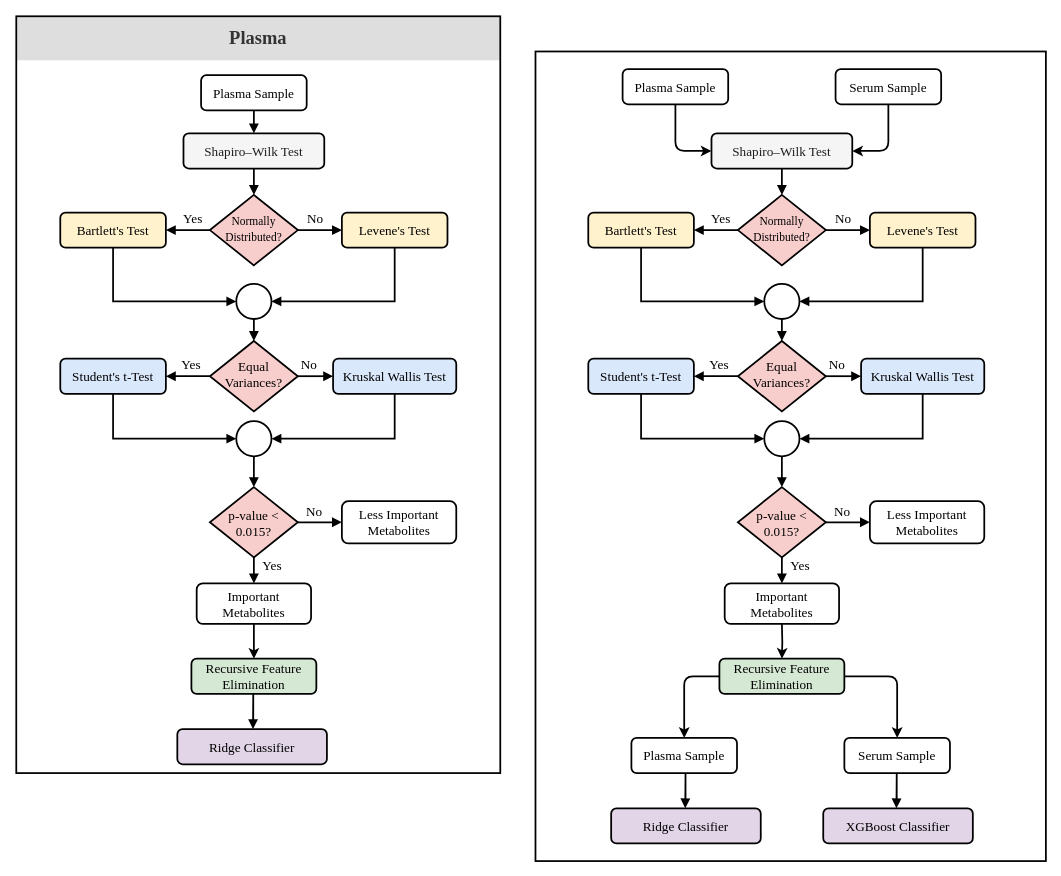
This is visualizations/diagram/new-flow-chart.drawio from utshabkg/lung_cancer_biomarker, a draw.io file, before an edit. Source tidied: cells renumbered, new cells numbered last; positions are measured from the earlier drawing's top-left corner, leaving out a move shared by most shapes. Both pictures are drawn from the tidied source at 88%, with x=0, y=0 at pixel (16, 16).
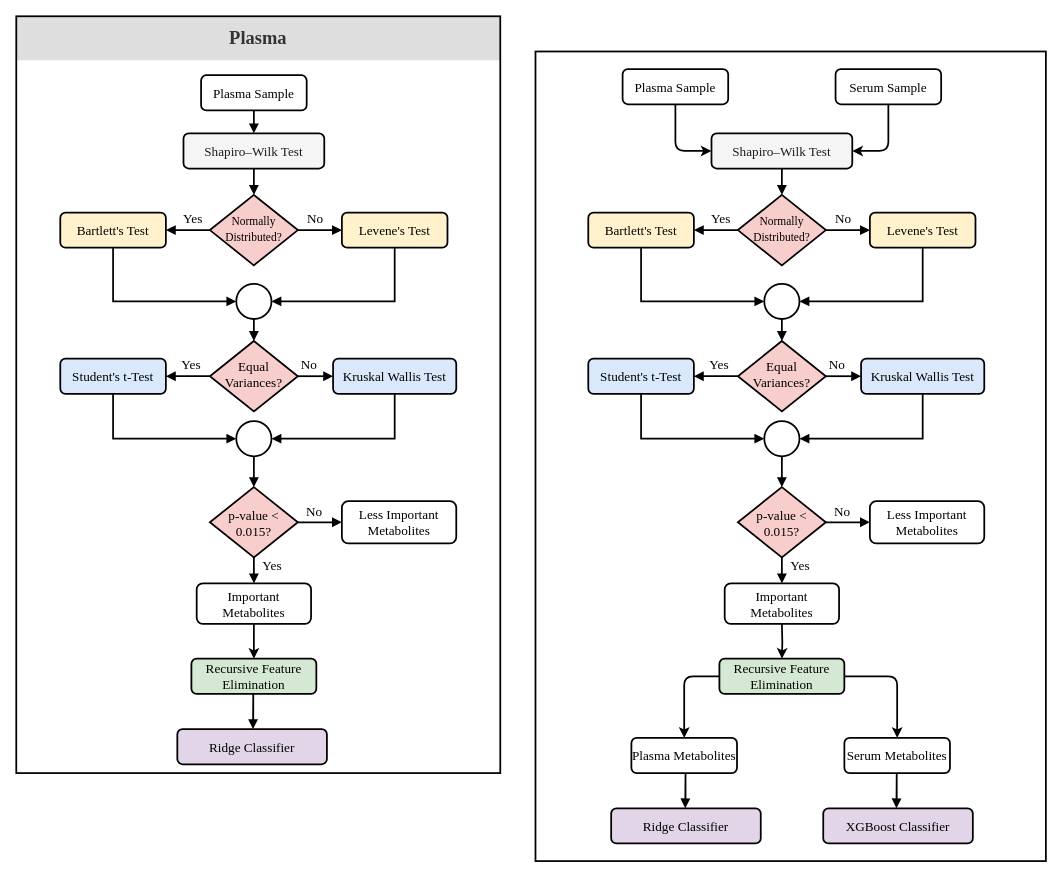
Above is the later version.

The edit, as a diff of the source:
```diff
@@
-    <mxCell id="78" value="&lt;span style=&quot;font-size: 15px&quot;&gt;&lt;font style=&quot;font-size: 15px&quot;&gt;Serum Sample&lt;/font&gt;&lt;/span&gt;" style="rounded=1;whiteSpace=wrap;html=1;fontSize=15;glass=0;strokeWidth=2;shadow=0;fontStyle=0;fontFamily=Times New Roman;" parent="1" vertex="1">
+    <mxCell id="78" value="&lt;span style=&quot;font-size: 15px&quot;&gt;&lt;font style=&quot;font-size: 15px&quot;&gt;Serum Metabolites&lt;/font&gt;&lt;/span&gt;" style="rounded=1;whiteSpace=wrap;html=1;fontSize=15;glass=0;strokeWidth=2;shadow=0;fontStyle=0;fontFamily=Times New Roman;" parent="1" vertex="1">
       <mxGeometry x="941" y="820" width="120" height="40" as="geometry" />
     </mxCell>
@@
-    <mxCell id="80" value="&lt;span style=&quot;font-size: 15px&quot;&gt;&lt;font style=&quot;font-size: 15px&quot;&gt;Plasma Sample&lt;/font&gt;&lt;/span&gt;" style="rounded=1;whiteSpace=wrap;html=1;fontSize=15;glass=0;strokeWidth=2;shadow=0;fontStyle=0;fontFamily=Times New Roman;" parent="1" vertex="1">
+    <mxCell id="80" value="&lt;span style=&quot;font-size: 15px&quot;&gt;&lt;font style=&quot;font-size: 15px&quot;&gt;Plasma Metabolites&lt;/font&gt;&lt;/span&gt;" style="rounded=1;whiteSpace=wrap;html=1;fontSize=15;glass=0;strokeWidth=2;shadow=0;fontStyle=0;fontFamily=Times New Roman;" parent="1" vertex="1">
       <mxGeometry x="699" y="820" width="120" height="40" as="geometry" />
     </mxCell>
```
